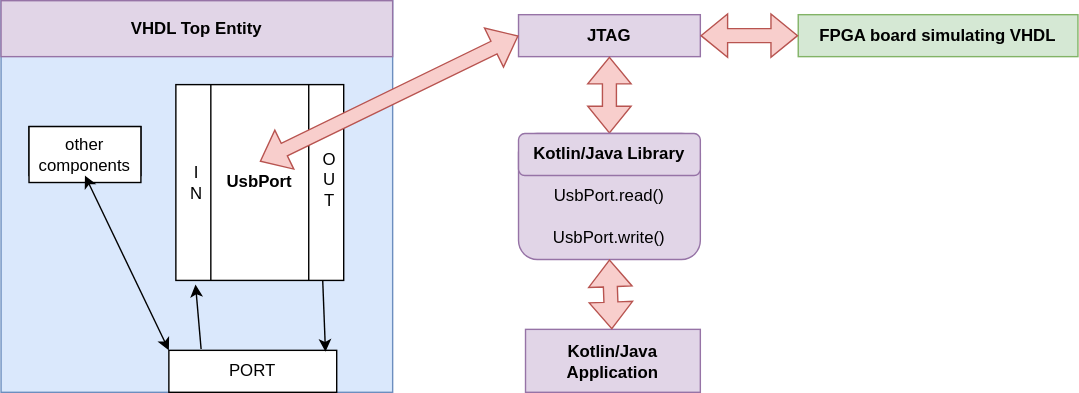
The draw.io diagram assets/usbport_via_jtag.svg in roby2014/virtual-board-vhdl, before a commit. Source tidied: cells renumbered, new cells last; positions are measured from the earlier drawing's top-left corner, leaving out a move shared by most shapes.
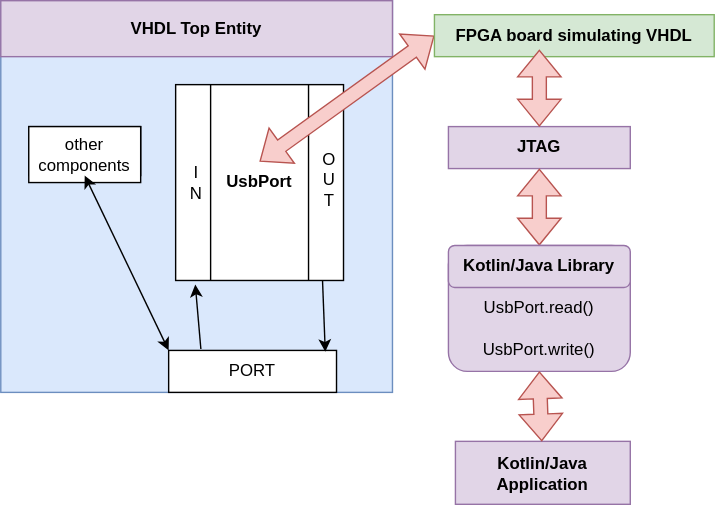
The same diagram one commit later.

Commit message:
fixed usbport diagrams

The edit, as a diff of the source:
```diff
@@ -38,36 +38,36 @@
       <mxGeometry relative="1" as="geometry" />
     </mxCell>
     <mxCell id="13" value="&lt;b&gt;JTAG&lt;/b&gt;" style="rounded=0;whiteSpace=wrap;html=1;fillColor=#e1d5e7;strokeColor=#9673a6;" parent="1" vertex="1">
-      <mxGeometry x="370" y="10" width="130" height="30" as="geometry" />
+      <mxGeometry x="320" y="90" width="130" height="30" as="geometry" />
     </mxCell>
-    <mxCell id="14" style="shape=flexArrow;endArrow=classic;startArrow=classic;html=1;rounded=0;fillColor=#f8cecc;strokeColor=#b85450;entryX=0;entryY=0.5;entryDx=0;entryDy=0;exitX=0.5;exitY=0;exitDx=0;exitDy=0;" parent="1" edge="1" source="6" target="13">
+    <mxCell id="14" style="shape=flexArrow;endArrow=classic;startArrow=classic;html=1;rounded=0;fillColor=#f8cecc;strokeColor=#b85450;exitX=0.5;exitY=0;exitDx=0;exitDy=0;entryX=0;entryY=0.5;entryDx=0;entryDy=0;" parent="1" edge="1" source="6" target="22">
       <mxGeometry relative="1" as="geometry" />
     </mxCell>
     <mxCell id="15" style="shape=flexArrow;endArrow=classic;startArrow=classic;html=1;rounded=0;fillColor=#f8cecc;strokeColor=#b85450;exitX=0.5;exitY=1;exitDx=0;exitDy=0;entryX=0.5;entryY=0;entryDx=0;entryDy=0;" parent="1" edge="1" source="13" target="21">
       <mxGeometry relative="1" as="geometry" />
     </mxCell>
     <mxCell id="16" style="rounded=1;whiteSpace=wrap;html=1;fillColor=#e1d5e7;strokeColor=#9673a6;" parent="1" vertex="1">
-      <mxGeometry x="370" y="95" width="130" height="90" as="geometry" />
+      <mxGeometry x="320" y="175" width="130" height="90" as="geometry" />
     </mxCell>
     <mxCell id="17" value="&lt;b&gt;Kotlin/Java Application&lt;/b&gt;" style="rounded=0;whiteSpace=wrap;html=1;fillColor=#e1d5e7;strokeColor=#9673a6;" parent="1" vertex="1">
-      <mxGeometry x="375" y="235" width="125" height="45" as="geometry" />
+      <mxGeometry x="325" y="315" width="125" height="45" as="geometry" />
     </mxCell>
     <mxCell id="18" value="UsbPort.write()" style="text;html=1;strokeColor=none;fillColor=none;align=center;verticalAlign=middle;whiteSpace=wrap;rounded=0;" parent="1" vertex="1">
-      <mxGeometry x="405" y="155" width="60" height="30" as="geometry" />
+      <mxGeometry x="355" y="235" width="60" height="30" as="geometry" />
     </mxCell>
     <mxCell id="19" value="UsbPort.read()" style="text;html=1;strokeColor=none;fillColor=none;align=center;verticalAlign=middle;whiteSpace=wrap;rounded=0;" parent="1" vertex="1">
-      <mxGeometry x="405" y="125" width="60" height="30" as="geometry" />
+      <mxGeometry x="355" y="205" width="60" height="30" as="geometry" />
     </mxCell>
     <mxCell id="20" style="shape=flexArrow;endArrow=classic;startArrow=classic;html=1;rounded=0;fillColor=#f8cecc;strokeColor=#b85450;exitX=0.5;exitY=1;exitDx=0;exitDy=0;" parent="1" edge="1" source="18" target="17">
       <mxGeometry relative="1" as="geometry" />
     </mxCell>
     <mxCell id="21" value="&lt;b&gt;Kotlin/Java Library&lt;/b&gt;" style="rounded=1;whiteSpace=wrap;html=1;fillColor=#e1d5e7;strokeColor=#9673a6;" parent="1" vertex="1">
-      <mxGeometry x="370" y="95" width="130" height="30" as="geometry" />
+      <mxGeometry x="320" y="175" width="130" height="30" as="geometry" />
     </mxCell>
     <mxCell id="22" value="&lt;b&gt;FPGA board simulating VHDL&lt;/b&gt;" style="rounded=0;whiteSpace=wrap;html=1;fillColor=#d5e8d4;strokeColor=#82b366;" parent="1" vertex="1">
-      <mxGeometry x="570" y="10" width="200" height="30" as="geometry" />
+      <mxGeometry x="310" y="10" width="200" height="30" as="geometry" />
     </mxCell>
-    <mxCell id="23" style="shape=flexArrow;endArrow=classic;startArrow=classic;html=1;rounded=0;exitX=1;exitY=0.5;exitDx=0;exitDy=0;entryX=0;entryY=0.5;entryDx=0;entryDy=0;fillColor=#f8cecc;strokeColor=#b85450;" parent="1" edge="1" source="13" target="22">
+    <mxCell id="23" style="shape=flexArrow;endArrow=classic;startArrow=classic;html=1;rounded=0;fillColor=#f8cecc;strokeColor=#b85450;exitX=0.5;exitY=0;exitDx=0;exitDy=0;entryX=0.375;entryY=0.833;entryDx=0;entryDy=0;entryPerimeter=0;" parent="1" edge="1" source="13" target="22">
       <mxGeometry relative="1" as="geometry" />
     </mxCell>
     <mxCell id="24" style="rounded=0;whiteSpace=wrap;html=1;" parent="1" vertex="1">
@@ -76,7 +76,7 @@
     <mxCell id="25" value="&lt;div&gt;other&lt;/div&gt;&lt;div&gt;components&lt;/div&gt;" style="rounded=0;whiteSpace=wrap;html=1;" parent="1" vertex="1">
       <mxGeometry x="20" y="90" width="80" height="40" as="geometry" />
     </mxCell>
-    <mxCell id="26" style="endArrow=classic;startArrow=classic;html=1;rounded=0;exitX=0.5;exitY=1;exitDx=0;exitDy=0;entryX=0;entryY=0;entryDx=0;entryDy=0;" parent="1" edge="1" source="24" target="7">
+    <mxCell id="26" style="endArrow=classic;startArrow=classic;html=1;rounded=0;exitX=0.5;exitY=1;exitDx=0;exitDy=0;entryX=0;entryY=0;entryDx=0;entryDy=0;strokeColor=default;shadow=0;" parent="1" edge="1" source="24" target="7">
       <mxGeometry relative="1" as="geometry" />
     </mxCell>
   </root>
```
